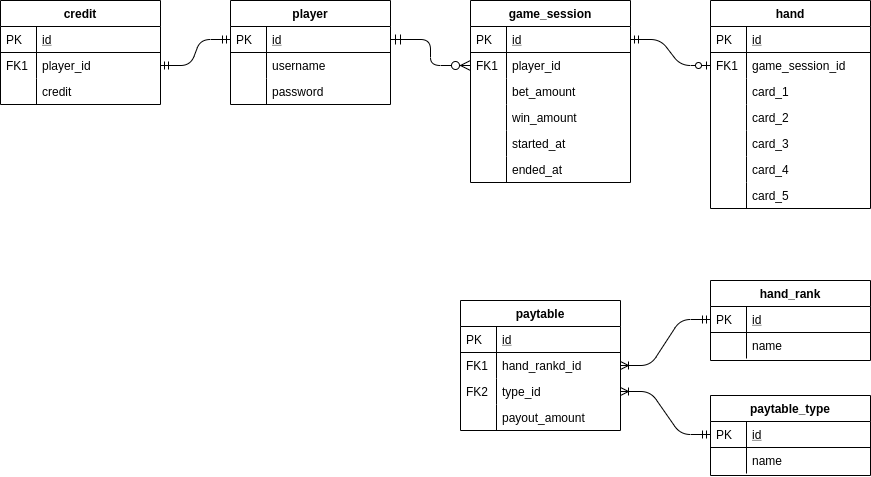
Above: docs/erd.png in SeohyunJung1231/poker-backend (draw.io), before the change. Source tidied: cells renumbered, new cells last; positions are measured from the earlier drawing's top-left corner, leaving out a move shared by most shapes.
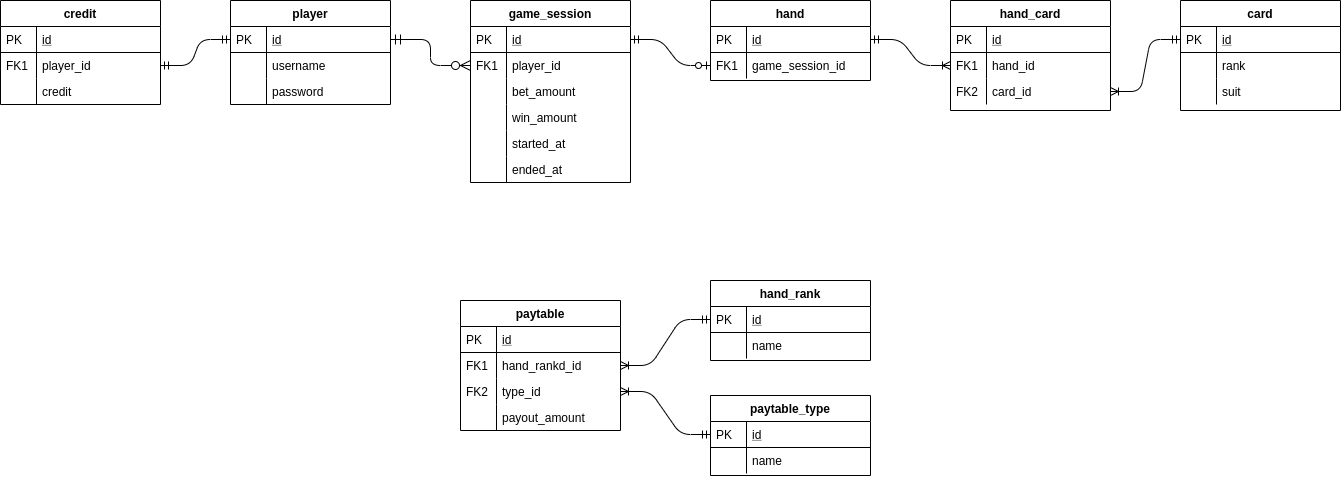
The same file after the commit.

The edit, as a diff of the source:
```diff
@@ -66,7 +66,7 @@
       <mxGeometry relative="1" as="geometry" />
     </mxCell>
     <mxCell id="23" value="hand" style="swimlane;fontStyle=1;horizontal=1;startSize=26;rounded=0;shadow=0;strokeWidth=1;" parent="1" vertex="1">
-      <mxGeometry x="710" width="160" height="208" as="geometry" />
+      <mxGeometry x="710" width="160" height="80" as="geometry" />
     </mxCell>
     <mxCell id="24" value="id" style="shape=partialRectangle;top=0;left=0;right=0;bottom=1;align=left;verticalAlign=top;fillColor=none;spacingLeft=40;spacingRight=4;overflow=hidden;points=[[0,0.5],[1,0.5]];portConstraint=eastwest;rounded=0;shadow=0;strokeWidth=1;fontStyle=4;" parent="23" vertex="1">
       <mxGeometry y="26" width="160" height="26" as="geometry" />
@@ -80,36 +80,6 @@
     <mxCell id="27" value="FK1" style="shape=partialRectangle;top=0;left=0;bottom=0;fillColor=none;align=left;verticalAlign=top;spacingLeft=4;spacingRight=4;overflow=hidden;" parent="26" vertex="1">
       <mxGeometry width="36" height="26" as="geometry" />
     </mxCell>
-    <mxCell id="28" value="card_1" style="shape=partialRectangle;top=0;left=0;right=0;bottom=0;align=left;verticalAlign=top;fillColor=none;spacingLeft=40;spacingRight=4;overflow=hidden;rounded=0;shadow=0;strokeWidth=1;" parent="23" vertex="1">
-      <mxGeometry y="78" width="160" height="26" as="geometry" />
-    </mxCell>
-    <mxCell id="29" style="shape=partialRectangle;top=0;left=0;bottom=0;fillColor=none;align=left;verticalAlign=top;spacingLeft=4;spacingRight=4;overflow=hidden;" parent="28" vertex="1">
-      <mxGeometry width="36" height="26" as="geometry" />
-    </mxCell>
-    <mxCell id="30" value="card_2" style="shape=partialRectangle;top=0;left=0;right=0;bottom=0;align=left;verticalAlign=top;fillColor=none;spacingLeft=40;spacingRight=4;overflow=hidden;rounded=0;shadow=0;strokeWidth=1;" parent="23" vertex="1">
-      <mxGeometry y="104" width="160" height="26" as="geometry" />
-    </mxCell>
-    <mxCell id="31" style="shape=partialRectangle;top=0;left=0;bottom=0;fillColor=none;align=left;verticalAlign=top;spacingLeft=4;spacingRight=4;overflow=hidden;" parent="30" vertex="1">
-      <mxGeometry width="36" height="26" as="geometry" />
-    </mxCell>
-    <mxCell id="32" value="card_3" style="shape=partialRectangle;top=0;left=0;right=0;bottom=0;align=left;verticalAlign=top;fillColor=none;spacingLeft=40;spacingRight=4;overflow=hidden;rounded=0;shadow=0;strokeWidth=1;" parent="23" vertex="1">
-      <mxGeometry y="130" width="160" height="26" as="geometry" />
-    </mxCell>
-    <mxCell id="33" style="shape=partialRectangle;top=0;left=0;bottom=0;fillColor=none;align=left;verticalAlign=top;spacingLeft=4;spacingRight=4;overflow=hidden;" parent="32" vertex="1">
-      <mxGeometry width="36" height="26" as="geometry" />
-    </mxCell>
-    <mxCell id="34" value="card_4" style="shape=partialRectangle;top=0;left=0;right=0;bottom=0;align=left;verticalAlign=top;fillColor=none;spacingLeft=40;spacingRight=4;overflow=hidden;rounded=0;shadow=0;strokeWidth=1;" parent="23" vertex="1">
-      <mxGeometry y="156" width="160" height="26" as="geometry" />
-    </mxCell>
-    <mxCell id="35" style="shape=partialRectangle;top=0;left=0;bottom=0;fillColor=none;align=left;verticalAlign=top;spacingLeft=4;spacingRight=4;overflow=hidden;" parent="34" vertex="1">
-      <mxGeometry width="36" height="26" as="geometry" />
-    </mxCell>
-    <mxCell id="36" value="card_5" style="shape=partialRectangle;top=0;left=0;right=0;bottom=0;align=left;verticalAlign=top;fillColor=none;spacingLeft=40;spacingRight=4;overflow=hidden;rounded=0;shadow=0;strokeWidth=1;" parent="23" vertex="1">
-      <mxGeometry y="182" width="160" height="26" as="geometry" />
-    </mxCell>
-    <mxCell id="37" style="shape=partialRectangle;top=0;left=0;bottom=0;fillColor=none;align=left;verticalAlign=top;spacingLeft=4;spacingRight=4;overflow=hidden;" parent="36" vertex="1">
-      <mxGeometry width="36" height="26" as="geometry" />
-    </mxCell>
     <mxCell id="38" style="edgeStyle=entityRelationEdgeStyle;fontSize=12;html=1;endArrow=ERmandOne;startArrow=ERmandOne;" parent="1" edge="1" source="42" target="3">
       <mxGeometry relative="1" as="geometry" />
     </mxCell>
@@ -200,5 +170,53 @@
     <mxCell id="67" style="shape=partialRectangle;top=0;left=0;bottom=0;fillColor=none;align=left;verticalAlign=top;spacingLeft=4;spacingRight=4;overflow=hidden;" parent="66" vertex="1">
       <mxGeometry width="36" height="26" as="geometry" />
     </mxCell>
+    <mxCell id="68" value="card" style="swimlane;fontStyle=1;horizontal=1;startSize=26;rounded=0;shadow=0;strokeWidth=1;" parent="1" vertex="1">
+      <mxGeometry x="1180" width="160" height="110" as="geometry" />
+    </mxCell>
+    <mxCell id="69" value="id" style="shape=partialRectangle;top=0;left=0;right=0;bottom=1;align=left;verticalAlign=top;fillColor=none;spacingLeft=40;spacingRight=4;overflow=hidden;points=[[0,0.5],[1,0.5]];portConstraint=eastwest;rounded=0;shadow=0;strokeWidth=1;fontStyle=4;" parent="68" vertex="1">
+      <mxGeometry y="26" width="160" height="26" as="geometry" />
+    </mxCell>
+    <mxCell id="70" value="PK" style="shape=partialRectangle;top=0;left=0;bottom=0;fillColor=none;align=left;verticalAlign=top;spacingLeft=4;spacingRight=4;overflow=hidden;" parent="69" vertex="1">
+      <mxGeometry width="36" height="26" as="geometry" />
+    </mxCell>
+    <mxCell id="71" value="rank" style="shape=partialRectangle;top=0;left=0;right=0;bottom=0;align=left;verticalAlign=top;fillColor=none;spacingLeft=40;spacingRight=4;overflow=hidden;rounded=0;shadow=0;strokeWidth=1;" parent="68" vertex="1">
+      <mxGeometry y="52" width="160" height="26" as="geometry" />
+    </mxCell>
+    <mxCell id="72" style="shape=partialRectangle;top=0;left=0;bottom=0;fillColor=none;align=left;verticalAlign=top;spacingLeft=4;spacingRight=4;overflow=hidden;" parent="71" vertex="1">
+      <mxGeometry width="36" height="26" as="geometry" />
+    </mxCell>
+    <mxCell id="73" value="suit" style="shape=partialRectangle;top=0;left=0;right=0;bottom=0;align=left;verticalAlign=top;fillColor=none;spacingLeft=40;spacingRight=4;overflow=hidden;rounded=0;shadow=0;strokeWidth=1;" parent="68" vertex="1">
+      <mxGeometry y="78" width="160" height="26" as="geometry" />
+    </mxCell>
+    <mxCell id="74" style="shape=partialRectangle;top=0;left=0;bottom=0;fillColor=none;align=left;verticalAlign=top;spacingLeft=4;spacingRight=4;overflow=hidden;" parent="73" vertex="1">
+      <mxGeometry width="36" height="26" as="geometry" />
+    </mxCell>
+    <mxCell id="75" value="hand_card" style="swimlane;fontStyle=1;horizontal=1;startSize=26;rounded=0;shadow=0;strokeWidth=1;" parent="1" vertex="1">
+      <mxGeometry x="950" width="160" height="110" as="geometry" />
+    </mxCell>
+    <mxCell id="76" value="id" style="shape=partialRectangle;top=0;left=0;right=0;bottom=1;align=left;verticalAlign=top;fillColor=none;spacingLeft=40;spacingRight=4;overflow=hidden;rounded=0;shadow=0;strokeWidth=1;fontStyle=4;" parent="75" vertex="1">
+      <mxGeometry y="26" width="160" height="26" as="geometry" />
+    </mxCell>
+    <mxCell id="77" value="PK" style="shape=partialRectangle;top=0;left=0;bottom=0;fillColor=none;align=left;verticalAlign=top;spacingLeft=4;spacingRight=4;overflow=hidden;" parent="76" vertex="1">
+      <mxGeometry width="36" height="26" as="geometry" />
+    </mxCell>
+    <mxCell id="78" value="hand_id" style="shape=partialRectangle;top=0;left=0;right=0;bottom=0;align=left;verticalAlign=top;fillColor=none;spacingLeft=40;spacingRight=4;overflow=hidden;points=[[0,0.5],[1,0.5]];portConstraint=eastwest;rounded=0;shadow=0;strokeWidth=1;" parent="75" vertex="1">
+      <mxGeometry y="52" width="160" height="26" as="geometry" />
+    </mxCell>
+    <mxCell id="79" value="FK1" style="shape=partialRectangle;top=0;left=0;bottom=0;fillColor=none;align=left;verticalAlign=top;spacingLeft=4;spacingRight=4;overflow=hidden;" parent="78" vertex="1">
+      <mxGeometry width="36" height="26" as="geometry" />
+    </mxCell>
+    <mxCell id="80" value="card_id" style="shape=partialRectangle;top=0;left=0;right=0;bottom=0;align=left;verticalAlign=top;fillColor=none;spacingLeft=40;spacingRight=4;overflow=hidden;points=[[0,0.5],[1,0.5]];portConstraint=eastwest;rounded=0;shadow=0;strokeWidth=1;" parent="75" vertex="1">
+      <mxGeometry y="78" width="160" height="26" as="geometry" />
+    </mxCell>
+    <mxCell id="81" value="FK2" style="shape=partialRectangle;top=0;left=0;bottom=0;fillColor=none;align=left;verticalAlign=top;spacingLeft=4;spacingRight=4;overflow=hidden;" parent="80" vertex="1">
+      <mxGeometry width="36" height="26" as="geometry" />
+    </mxCell>
+    <mxCell id="82" style="edgeStyle=entityRelationEdgeStyle;fontSize=12;html=1;endArrow=ERoneToMany;startArrow=ERmandOne;" parent="1" edge="1" source="24" target="78">
+      <mxGeometry relative="1" as="geometry" />
+    </mxCell>
+    <mxCell id="83" style="edgeStyle=entityRelationEdgeStyle;fontSize=12;html=1;endArrow=ERoneToMany;startArrow=ERmandOne;" parent="1" edge="1" source="69" target="80">
+      <mxGeometry relative="1" as="geometry" />
+    </mxCell>
   </root>
 </mxGraphModel>
```
